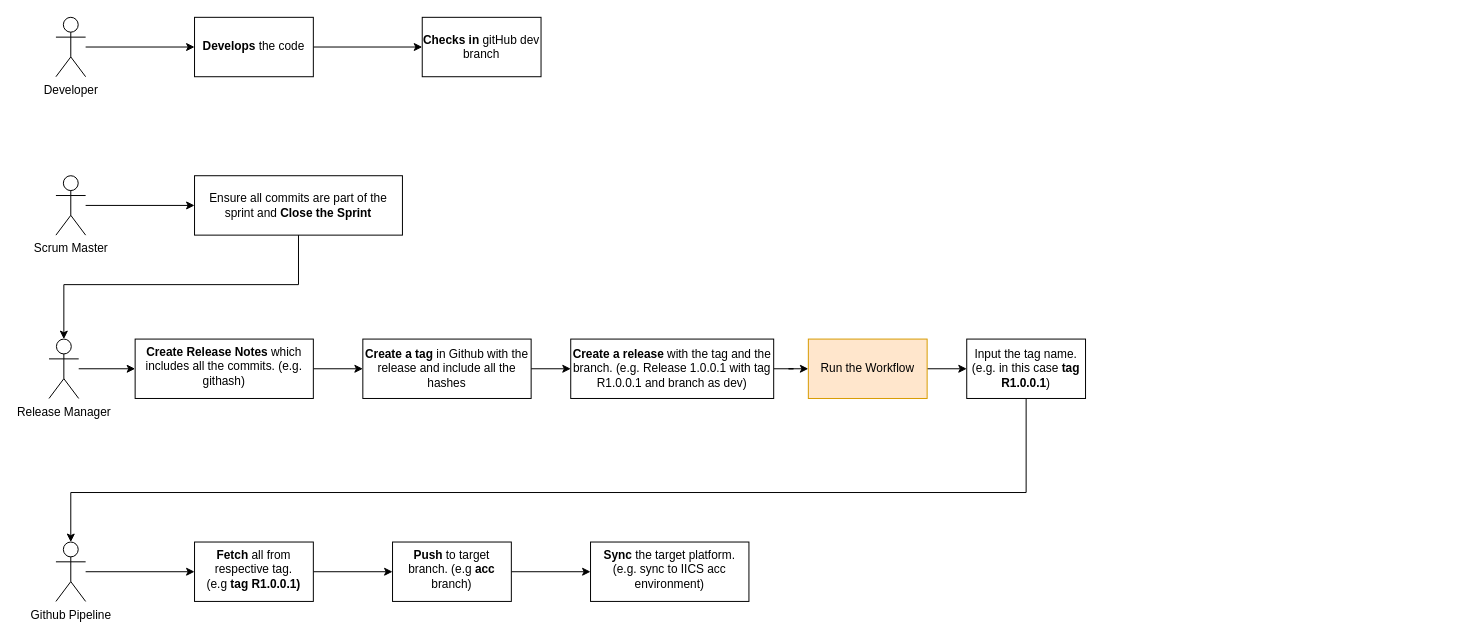
Before: page "CI-CD-Workflow" (25 of 25) of OT.drawio in biswarup81/drawings, a draw.io diagram. Source tidied: cells renumbered, new cells numbered last; positions are measured from the earlier drawing's top-left corner, leaving out a move shared by most shapes. Both pictures are drawn from the tidied source at 99%, with x=0, y=0 at pixel (49, 17).
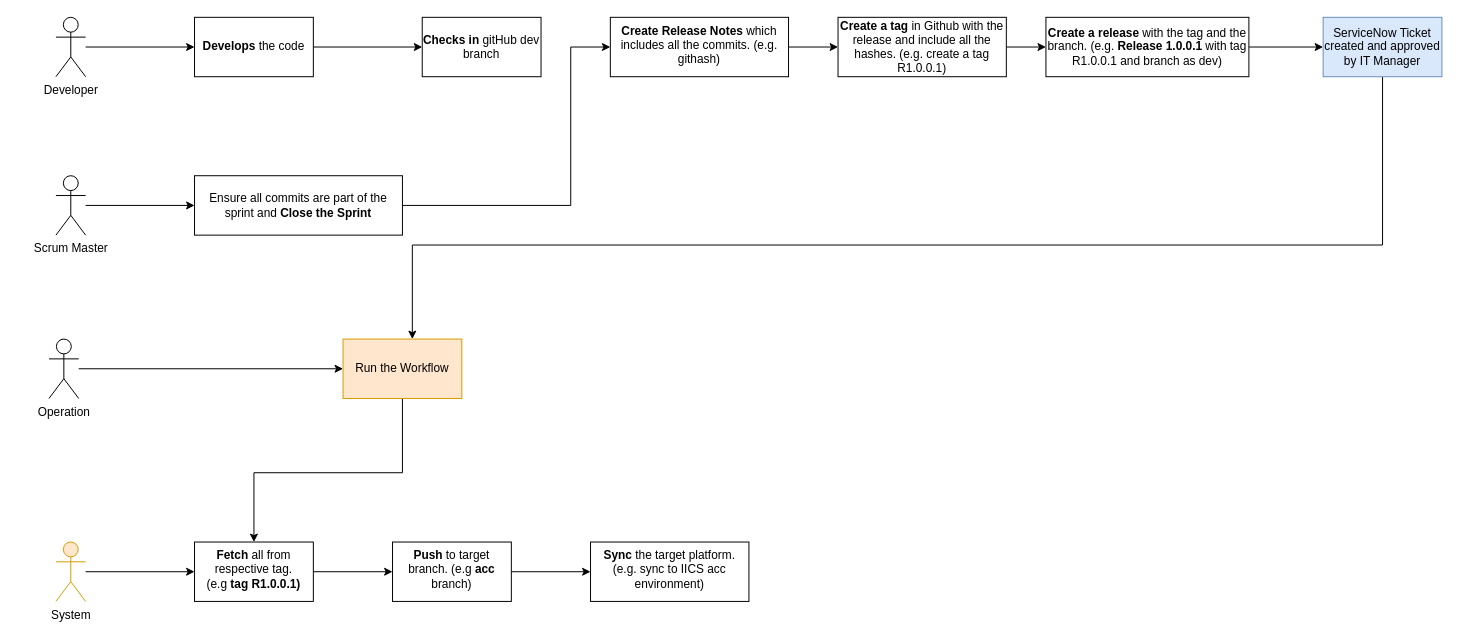
After the change.

Unchanged cells that the change refers to:
```xml
<mxCell id="9" value="Ensure all commits are part of the sprint and &lt;b&gt;Close the Sprint&lt;/b&gt;" style="whiteSpace=wrap;html=1;verticalAlign=middle;" parent="1" vertex="1">
  <mxGeometry x="147" y="160" width="210" height="60" as="geometry" />
</mxCell>
<mxCell id="19" value="&lt;b&gt;Fetch &lt;/b&gt;all from respective tag. (e.g&amp;nbsp;&lt;b&gt;tag R1.0.0.1)&lt;/b&gt;" style="whiteSpace=wrap;html=1;verticalAlign=top;" parent="1" vertex="1">
  <mxGeometry x="147" y="530" width="120" height="60" as="geometry" />
</mxCell>
```

Change to the diagram source:
```diff
@@
+    <mxCell id="30" style="edgeStyle=orthogonalEdgeStyle;rounded=0;jettySize=auto;html=1;entryX=0;entryY=0.5;entryDx=0;entryDy=0;" parent="1" edge="1" source="9" target="25">
+      <mxGeometry relative="1" as="geometry">
+        <Array as="points">
+          <mxPoint x="527" y="190" />
+          <mxPoint x="527" y="30" />
+        </Array>
+      </mxGeometry>
+    </mxCell>
@@
-    <mxCell id="10" style="edgeStyle=orthogonalEdgeStyle;rounded=0;jettySize=auto;html=1;" parent="1" edge="1" source="11" target="15">
-      <mxGeometry relative="1" as="geometry" />
-    </mxCell>
+    <mxCell id="31" style="edgeStyle=orthogonalEdgeStyle;rounded=0;jettySize=auto;html=1;" parent="1" edge="1" source="11" target="19">
+      <mxGeometry relative="1" as="geometry">
+        <Array as="points">
+          <mxPoint x="357" y="460" />
+          <mxPoint x="207" y="460" />
+        </Array>
+      </mxGeometry>
+    </mxCell>
     <mxCell id="11" value="Run the Workflow" style="whiteSpace=wrap;html=1;verticalAlign=middle;fillColor=#ffe6cc;strokeColor=#d79b00;" parent="1" vertex="1">
-      <mxGeometry x="767" y="325" width="120" height="60" as="geometry" />
+      <mxGeometry x="297" y="325" width="120" height="60" as="geometry" />
     </mxCell>
@@
-    <mxCell id="13" value="&lt;b&gt;Create a tag&lt;/b&gt; in Github with the release and include all the hashes" style="whiteSpace=wrap;html=1;" parent="1" vertex="1">
-      <mxGeometry x="317" y="325" width="170" height="60" as="geometry" />
+    <mxCell id="13" value="&lt;b&gt;Create a tag&lt;/b&gt; in Github with the release and include all the hashes. (e.g. create a tag R1.0.0.1)" style="whiteSpace=wrap;html=1;" parent="1" vertex="1">
+      <mxGeometry x="797" width="170" height="60" as="geometry" />
     </mxCell>
-    <mxCell id="14" style="edgeStyle=orthogonalEdgeStyle;rounded=0;jettySize=auto;html=1;" parent="1" edge="1" source="15" target="17">
-      <mxGeometry relative="1" as="geometry">
-        <Array as="points">
-          <mxPoint x="987" y="480" />
-          <mxPoint x="22" y="480" />
-        </Array>
-      </mxGeometry>
-    </mxCell>
-    <mxCell id="15" value="Input the tag name. (e.g. in this case &lt;b&gt;tag R1.0.0.1&lt;/b&gt;)" style="whiteSpace=wrap;html=1;" parent="1" vertex="1">
-      <mxGeometry x="927" y="325" width="120" height="60" as="geometry" />
-    </mxCell>
@@
-    <mxCell id="17" value="Github Pipeline" style="shape=umlActor;verticalLabelPosition=bottom;verticalAlign=top;html=1;outlineConnect=0;" parent="1" vertex="1">
+    <mxCell id="17" value="System" style="shape=umlActor;verticalLabelPosition=bottom;verticalAlign=top;html=1;outlineConnect=0;fillColor=#ffe6cc;strokeColor=#d79b00;" parent="1" vertex="1">
       <mxGeometry x="7" y="530" width="30" height="60" as="geometry" />
     </mxCell>
@@
-    <mxCell id="22" style="edgeStyle=orthogonalEdgeStyle;rounded=0;jettySize=auto;html=1;" parent="1" edge="1" source="23" target="25">
-      <mxGeometry relative="1" as="geometry" />
-    </mxCell>
+    <mxCell id="32" style="edgeStyle=orthogonalEdgeStyle;rounded=0;jettySize=auto;html=1;" parent="1" edge="1" source="23" target="11">
+      <mxGeometry relative="1" as="geometry" />
+    </mxCell>
-    <mxCell id="23" value="Release Manager" style="shape=umlActor;verticalLabelPosition=bottom;verticalAlign=top;html=1;outlineConnect=0;" parent="1" vertex="1">
+    <mxCell id="23" value="Operation" style="shape=umlActor;verticalLabelPosition=bottom;verticalAlign=top;html=1;outlineConnect=0;" parent="1" vertex="1">
       <mxGeometry y="325" width="30" height="60" as="geometry" />
     </mxCell>
@@
     <mxCell id="25" value="&lt;b&gt;Create Release Notes&lt;/b&gt; which includes all the commits. (e.g. githash)" style="whiteSpace=wrap;html=1;verticalAlign=top;" parent="1" vertex="1">
-      <mxGeometry x="87" y="325" width="180" height="60" as="geometry" />
+      <mxGeometry x="567" width="180" height="60" as="geometry" />
     </mxCell>
-    <mxCell id="26" style="edgeStyle=orthogonalEdgeStyle;rounded=0;jettySize=auto;html=1;" parent="1" edge="1" source="27" target="11">
-      <mxGeometry relative="1" as="geometry" />
-    </mxCell>
+    <mxCell id="33" style="edgeStyle=orthogonalEdgeStyle;rounded=0;jettySize=auto;html=1;" parent="1" edge="1" source="27" target="35">
+      <mxGeometry relative="1" as="geometry" />
+    </mxCell>
-    <mxCell id="27" value="&lt;b&gt;Create a release&lt;/b&gt; with the tag and the branch. (e.g. Release 1.0.0.1 with tag R1.0.0.1 and branch as dev)" style="whiteSpace=wrap;html=1;" parent="1" vertex="1">
-      <mxGeometry x="527" y="325" width="205" height="60" as="geometry" />
+    <mxCell id="27" value="&lt;b&gt;Create a release&lt;/b&gt; with the tag and the branch. (e.g. &lt;b&gt;Release 1.0.0.1&lt;/b&gt; with tag R1.0.0.1 and branch as dev)" style="whiteSpace=wrap;html=1;" parent="1" vertex="1">
+      <mxGeometry x="1007" width="205" height="60" as="geometry" />
     </mxCell>
@@
-    <mxCell id="29" style="edgeStyle=orthogonalEdgeStyle;rounded=0;jettySize=auto;html=1;entryX=0.5;entryY=0;entryDx=0;entryDy=0;entryPerimeter=0;" parent="1" edge="1" source="9" target="23">
-      <mxGeometry relative="1" as="geometry">
-        <Array as="points">
-          <mxPoint x="252" y="270" />
-          <mxPoint x="15" y="270" />
-        </Array>
-      </mxGeometry>
-    </mxCell>
+    <mxCell id="34" style="edgeStyle=orthogonalEdgeStyle;rounded=0;jettySize=auto;html=1;" parent="1" edge="1" source="35" target="11">
+      <mxGeometry relative="1" as="geometry">
+        <Array as="points">
+          <mxPoint x="1347" y="230" />
+          <mxPoint x="367" y="230" />
+        </Array>
+      </mxGeometry>
+    </mxCell>
+    <mxCell id="35" value="ServiceNow Ticket created and approved by IT Manager" style="whiteSpace=wrap;html=1;fillColor=#dae8fc;strokeColor=#6c8ebf;" parent="1" vertex="1">
+      <mxGeometry x="1287" width="120" height="60" as="geometry" />
+    </mxCell>
```
